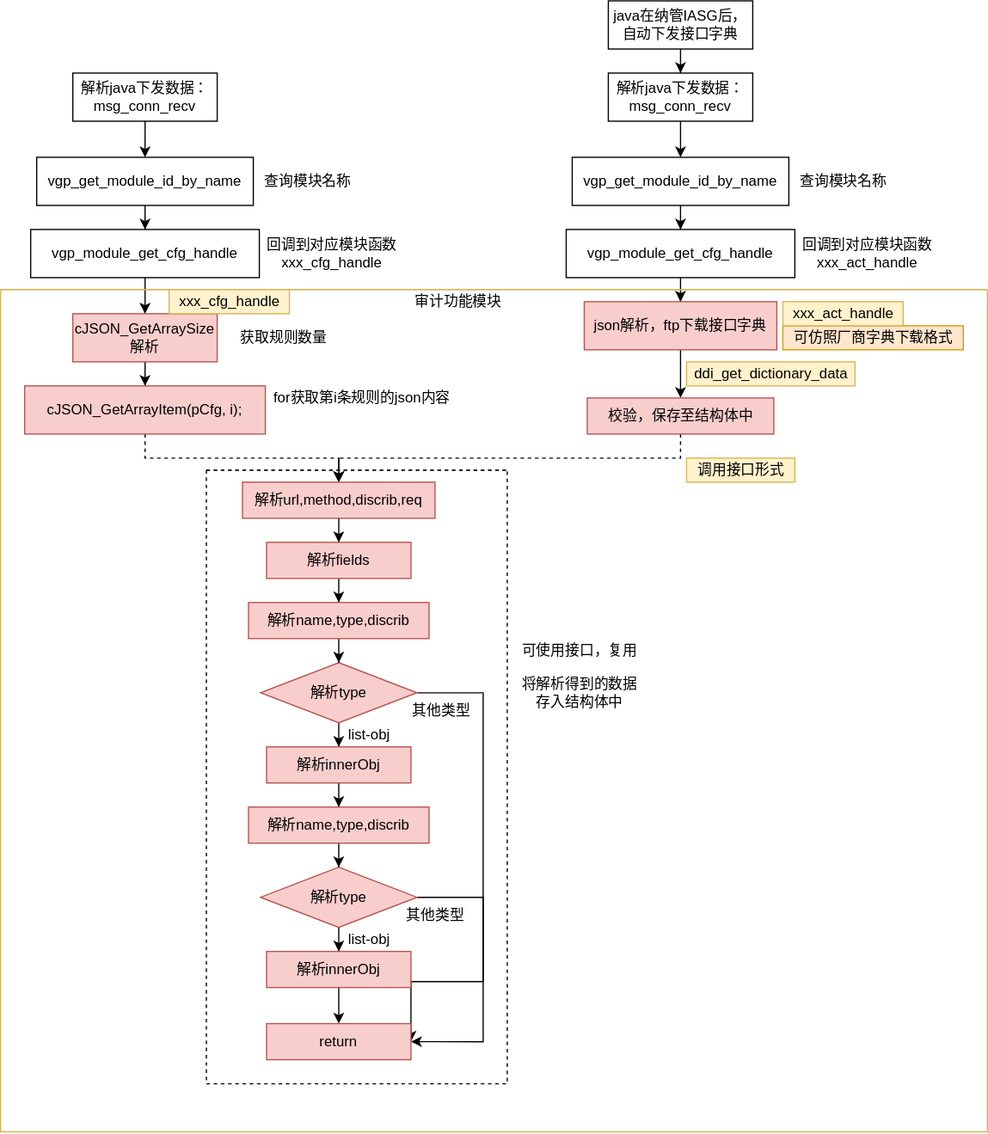
Above: aaa.svg in Archive-ch/Web_Demo (draw.io), before the change. Source tidied: cells renumbered, new cells last; positions are measured from the earlier drawing's top-left corner, leaving out a move shared by most shapes.
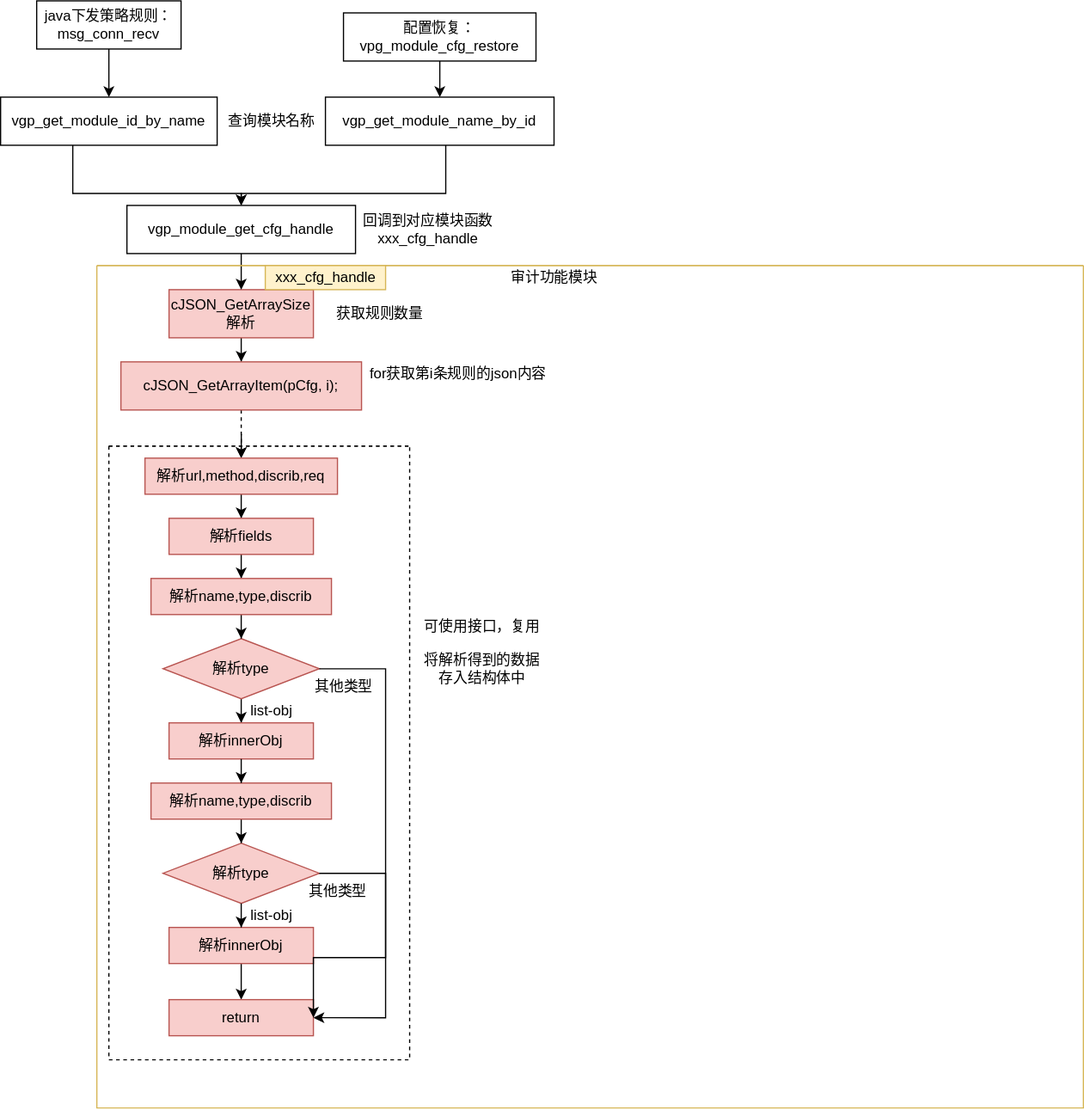
Later version of the same file.

The edit, as a diff of the source:
```diff
@@ -6,7 +6,7 @@
       <mxGeometry relative="1" as="geometry">
-        <mxPoint x="120" y="130" as="targetPoint" />
+        <mxPoint x="10" y="100" as="targetPoint" />
       </mxGeometry>
     </mxCell>
-    <mxCell id="3" value="解析java下发数据：msg_conn_recv" style="rounded=0;whiteSpace=wrap;html=1;" parent="1" vertex="1">
-      <mxGeometry x="60" y="60" width="120" height="40" as="geometry" />
+    <mxCell id="3" value="java下发策略规则：msg_conn_recv" style="rounded=0;whiteSpace=wrap;html=1;" parent="1" vertex="1">
+      <mxGeometry x="-50" y="20" width="120" height="40" as="geometry" />
     </mxCell>
@@ -23,2 +23,6 @@
         <mxPoint x="120" y="190" as="targetPoint" />
+        <Array as="points">
+          <mxPoint x="-20" y="180" />
+          <mxPoint x="120" y="180" />
+        </Array>
       </mxGeometry>
@@ -26,6 +30,6 @@
     <mxCell id="7" value="vgp_get_module_id_by_name" style="whiteSpace=wrap;html=1;" parent="1" vertex="1">
-      <mxGeometry x="30" y="130" width="180" height="40" as="geometry" />
+      <mxGeometry x="-80" y="100" width="180" height="40" as="geometry" />
     </mxCell>
     <mxCell id="8" value="查询模块名称" style="text;html=1;align=center;verticalAlign=middle;strokeColor=none;" parent="1" vertex="1">
-      <mxGeometry x="210" y="140" width="90" height="20" as="geometry" />
+      <mxGeometry x="100" y="110" width="90" height="20" as="geometry" />
     </mxCell>
@@ -45,8 +49,2 @@
     </mxCell>
-    <mxCell id="13" style="edgeStyle=orthogonalEdgeStyle;rounded=0;orthogonalLoop=1;jettySize=auto;html=1;" parent="1" edge="1">
-      <mxGeometry relative="1" as="geometry">
-        <mxPoint x="281.1" y="380" as="sourcePoint" />
-        <mxPoint x="281" y="400" as="targetPoint" />
-      </mxGeometry>
-    </mxCell>
     <mxCell id="14" style="edgeStyle=orthogonalEdgeStyle;rounded=0;jettySize=auto;html=1;entryX=0.5;entryY=0;entryDx=0;entryDy=0;dashed=1;" parent="1" edge="1" source="15" target="18">
@@ -60,171 +58,110 @@
     </mxCell>
+    <mxCell id="59" style="swimlane;startSize=0;fillColor=#fff2cc;strokeColor=#d6b656;" parent="1" vertex="1">
+      <mxGeometry y="240" width="820" height="700" as="geometry" />
+    </mxCell>
+    <mxCell id="60" value="审计功能模块" style="text;html=1;align=center;verticalAlign=middle;strokeColor=none;" parent="59" vertex="1">
+      <mxGeometry x="335" width="90" height="20" as="geometry" />
+    </mxCell>
+    <mxCell id="13" style="edgeStyle=orthogonalEdgeStyle;rounded=0;orthogonalLoop=1;jettySize=auto;html=1;" parent="59" edge="1">
+      <mxGeometry relative="1" as="geometry">
+        <mxPoint x="120.1" y="140" as="sourcePoint" />
+        <mxPoint x="120" y="160" as="targetPoint" />
+      </mxGeometry>
+    </mxCell>
-    <mxCell id="17" style="edgeStyle=orthogonalEdgeStyle;rounded=0;jettySize=auto;html=1;" parent="1" edge="1" source="18">
+    <mxCell id="17" style="edgeStyle=orthogonalEdgeStyle;rounded=0;jettySize=auto;html=1;" parent="59" edge="1" source="18">
       <mxGeometry relative="1" as="geometry">
-        <mxPoint x="281" y="450" as="targetPoint" />
+        <mxPoint x="120" y="210" as="targetPoint" />
       </mxGeometry>
     </mxCell>
-    <mxCell id="18" value="解析url,method,discrib,req" style="whiteSpace=wrap;html=1;fillColor=#f8cecc;strokeColor=#b85450;" parent="1" vertex="1">
-      <mxGeometry x="201" y="400" width="160" height="30" as="geometry" />
+    <mxCell id="18" value="解析url,method,discrib,req" style="whiteSpace=wrap;html=1;fillColor=#f8cecc;strokeColor=#b85450;" parent="59" vertex="1">
+      <mxGeometry x="40" y="160" width="160" height="30" as="geometry" />
     </mxCell>
-    <mxCell id="19" style="edgeStyle=orthogonalEdgeStyle;rounded=0;jettySize=auto;html=1;" parent="1" edge="1" source="20">
+    <mxCell id="19" style="edgeStyle=orthogonalEdgeStyle;rounded=0;jettySize=auto;html=1;" parent="59" edge="1" source="20">
       <mxGeometry relative="1" as="geometry">
-        <mxPoint x="281" y="500" as="targetPoint" />
+        <mxPoint x="120" y="260" as="targetPoint" />
       </mxGeometry>
     </mxCell>
-    <mxCell id="20" value="解析fields" style="whiteSpace=wrap;html=1;fillColor=#f8cecc;strokeColor=#b85450;" parent="1" vertex="1">
-      <mxGeometry x="221" y="450" width="120" height="30" as="geometry" />
+    <mxCell id="20" value="解析fields" style="whiteSpace=wrap;html=1;fillColor=#f8cecc;strokeColor=#b85450;" parent="59" vertex="1">
+      <mxGeometry x="60" y="210" width="120" height="30" as="geometry" />
     </mxCell>
-    <mxCell id="21" style="edgeStyle=orthogonalEdgeStyle;rounded=0;jettySize=auto;html=1;" parent="1" edge="1" source="23">
+    <mxCell id="21" style="edgeStyle=orthogonalEdgeStyle;rounded=0;jettySize=auto;html=1;" parent="59" edge="1" source="23">
       <mxGeometry relative="1" as="geometry">
-        <mxPoint x="281" y="620" as="targetPoint" />
+        <mxPoint x="120" y="380" as="targetPoint" />
       </mxGeometry>
     </mxCell>
-    <mxCell id="22" style="edgeStyle=orthogonalEdgeStyle;rounded=0;jettySize=auto;html=1;entryX=1;entryY=0.5;entryDx=0;entryDy=0;" parent="1" edge="1" source="23" target="35">
-      <mxGeometry relative="1" as="geometry">
-        <Array as="points">
-          <mxPoint x="401" y="575" />
-          <mxPoint x="401" y="815" />
-        </Array>
-      </mxGeometry>
-    </mxCell>
-    <mxCell id="23" value="解析type" style="rhombus;whiteSpace=wrap;html=1;fillColor=#f8cecc;strokeColor=#b85450;" parent="1" vertex="1">
-      <mxGeometry x="216" y="550" width="130" height="50" as="geometry" />
+    <mxCell id="23" value="解析type" style="rhombus;whiteSpace=wrap;html=1;fillColor=#f8cecc;strokeColor=#b85450;" parent="59" vertex="1">
+      <mxGeometry x="55" y="310" width="130" height="50" as="geometry" />
     </mxCell>
-    <mxCell id="24" style="edgeStyle=orthogonalEdgeStyle;rounded=0;jettySize=auto;html=1;" parent="1" edge="1" source="25" target="39">
-      <mxGeometry relative="1" as="geometry" />
-    </mxCell>
-    <mxCell id="25" value="解析innerObj" style="whiteSpace=wrap;html=1;fillColor=#f8cecc;strokeColor=#b85450;" parent="1" vertex="1">
-      <mxGeometry x="221" y="620" width="120" height="30" as="geometry" />
+    <mxCell id="25" value="解析innerObj" style="whiteSpace=wrap;html=1;fillColor=#f8cecc;strokeColor=#b85450;" parent="59" vertex="1">
+      <mxGeometry x="60" y="380" width="120" height="30" as="geometry" />
     </mxCell>
-    <mxCell id="26" style="edgeStyle=orthogonalEdgeStyle;rounded=0;jettySize=auto;html=1;entryX=0.5;entryY=0;entryDx=0;entryDy=0;" parent="1" edge="1" source="27" target="23">
+    <mxCell id="26" style="edgeStyle=orthogonalEdgeStyle;rounded=0;jettySize=auto;html=1;entryX=0.5;entryY=0;entryDx=0;entryDy=0;" parent="59" edge="1" source="27" target="23">
       <mxGeometry relative="1" as="geometry" />
     </mxCell>
-    <mxCell id="27" value="解析name,type,discrib" style="whiteSpace=wrap;html=1;fillColor=#f8cecc;strokeColor=#b85450;" parent="1" vertex="1">
-      <mxGeometry x="206" y="500" width="150" height="30" as="geometry" />
+    <mxCell id="27" value="解析name,type,discrib" style="whiteSpace=wrap;html=1;fillColor=#f8cecc;strokeColor=#b85450;" parent="59" vertex="1">
+      <mxGeometry x="45" y="260" width="150" height="30" as="geometry" />
     </mxCell>
-    <mxCell id="28" style="edgeStyle=orthogonalEdgeStyle;rounded=0;jettySize=auto;html=1;" parent="1" edge="1" source="30" target="33">
-      <mxGeometry relative="1" as="geometry" />
-    </mxCell>
-    <mxCell id="29" style="edgeStyle=orthogonalEdgeStyle;rounded=0;jettySize=auto;html=1;entryX=1;entryY=0.5;entryDx=0;entryDy=0;" parent="1" edge="1" source="30" target="35">
-      <mxGeometry relative="1" as="geometry">
-        <Array as="points">
-          <mxPoint x="401" y="745" />
-          <mxPoint x="401" y="865" />
-        </Array>
-      </mxGeometry>
-    </mxCell>
-    <mxCell id="30" value="解析type" style="rhombus;whiteSpace=wrap;html=1;fillColor=#f8cecc;strokeColor=#b85450;" parent="1" vertex="1">
-      <mxGeometry x="216" y="720" width="130" height="50" as="geometry" />
+    <mxCell id="30" value="解析type" style="rhombus;whiteSpace=wrap;html=1;fillColor=#f8cecc;strokeColor=#b85450;" parent="59" vertex="1">
+      <mxGeometry x="55" y="480" width="130" height="50" as="geometry" />
     </mxCell>
-    <mxCell id="31" value="list-obj" style="text;html=1;align=center;verticalAlign=middle;strokeColor=none;" parent="1" vertex="1">
-      <mxGeometry x="281" y="770" width="50" height="20" as="geometry" />
+    <mxCell id="31" value="list-obj" style="text;html=1;align=center;verticalAlign=middle;strokeColor=none;" parent="59" vertex="1">
+      <mxGeometry x="120" y="530" width="50" height="20" as="geometry" />
     </mxCell>
-    <mxCell id="32" style="edgeStyle=orthogonalEdgeStyle;rounded=0;jettySize=auto;html=1;" parent="1" edge="1" source="33">
+    <mxCell id="32" style="edgeStyle=orthogonalEdgeStyle;rounded=0;jettySize=auto;html=1;" parent="59" edge="1" source="33">
       <mxGeometry relative="1" as="geometry">
-        <mxPoint x="281" y="850" as="targetPoint" />
+        <mxPoint x="120" y="610" as="targetPoint" />
       </mxGeometry>
     </mxCell>
-    <mxCell id="33" value="解析innerObj" style="whiteSpace=wrap;html=1;fillColor=#f8cecc;strokeColor=#b85450;" parent="1" vertex="1">
-      <mxGeometry x="221" y="790" width="120" height="30" as="geometry" />
+    <mxCell id="33" value="解析innerObj" style="whiteSpace=wrap;html=1;fillColor=#f8cecc;strokeColor=#b85450;" parent="59" vertex="1">
+      <mxGeometry x="60" y="550" width="120" height="30" as="geometry" />
     </mxCell>
+    <mxCell id="28" style="edgeStyle=orthogonalEdgeStyle;rounded=0;jettySize=auto;html=1;" parent="59" edge="1" source="30" target="33">
+      <mxGeometry relative="1" as="geometry" />
+    </mxCell>
-    <mxCell id="34" value="list-obj" style="text;html=1;align=center;verticalAlign=middle;strokeColor=none;" parent="1" vertex="1">
-      <mxGeometry x="281" y="600" width="50" height="20" as="geometry" />
+    <mxCell id="34" value="list-obj" style="text;html=1;align=center;verticalAlign=middle;strokeColor=none;" parent="59" vertex="1">
+      <mxGeometry x="120" y="360" width="50" height="20" as="geometry" />
     </mxCell>
-    <mxCell id="35" value="return" style="whiteSpace=wrap;html=1;fillColor=#f8cecc;strokeColor=#b85450;" parent="1" vertex="1">
-      <mxGeometry x="221" y="850" width="120" height="30" as="geometry" />
+    <mxCell id="35" value="return" style="whiteSpace=wrap;html=1;fillColor=#f8cecc;strokeColor=#b85450;" parent="59" vertex="1">
+      <mxGeometry x="60" y="610" width="120" height="30" as="geometry" />
     </mxCell>
+    <mxCell id="22" style="edgeStyle=orthogonalEdgeStyle;rounded=0;jettySize=auto;html=1;entryX=1;entryY=0.5;entryDx=0;entryDy=0;" parent="59" edge="1" source="23" target="35">
+      <mxGeometry relative="1" as="geometry">
+        <Array as="points">
+          <mxPoint x="240" y="335" />
+          <mxPoint x="240" y="575" />
+        </Array>
+      </mxGeometry>
+    </mxCell>
+    <mxCell id="29" style="edgeStyle=orthogonalEdgeStyle;rounded=0;jettySize=auto;html=1;entryX=1;entryY=0.5;entryDx=0;entryDy=0;" parent="59" edge="1" source="30" target="35">
+      <mxGeometry relative="1" as="geometry">
+        <Array as="points">
+          <mxPoint x="240" y="505" />
+          <mxPoint x="240" y="625" />
+        </Array>
+      </mxGeometry>
+    </mxCell>
-    <mxCell id="36" value="其他类型" style="text;html=1;align=center;verticalAlign=middle;strokeColor=none;" parent="1" vertex="1">
-      <mxGeometry x="336" y="580" width="60" height="20" as="geometry" />
+    <mxCell id="36" value="其他类型" style="text;html=1;align=center;verticalAlign=middle;strokeColor=none;" parent="59" vertex="1">
+      <mxGeometry x="175" y="340" width="60" height="20" as="geometry" />
     </mxCell>
-    <mxCell id="37" value="其他类型" style="text;html=1;align=center;verticalAlign=middle;strokeColor=none;" parent="1" vertex="1">
-      <mxGeometry x="331" y="750" width="60" height="20" as="geometry" />
+    <mxCell id="37" value="其他类型" style="text;html=1;align=center;verticalAlign=middle;strokeColor=none;" parent="59" vertex="1">
+      <mxGeometry x="170" y="510" width="60" height="20" as="geometry" />
     </mxCell>
-    <mxCell id="38" style="edgeStyle=orthogonalEdgeStyle;rounded=0;jettySize=auto;html=1;entryX=0.5;entryY=0;entryDx=0;entryDy=0;" parent="1" edge="1" source="39" target="30">
+    <mxCell id="38" style="edgeStyle=orthogonalEdgeStyle;rounded=0;jettySize=auto;html=1;entryX=0.5;entryY=0;entryDx=0;entryDy=0;" parent="59" edge="1" source="39" target="30">
       <mxGeometry relative="1" as="geometry" />
     </mxCell>
-    <mxCell id="39" value="解析name,type,discrib" style="whiteSpace=wrap;html=1;fillColor=#f8cecc;strokeColor=#b85450;" parent="1" vertex="1">
-      <mxGeometry x="206" y="670" width="150" height="30" as="geometry" />
+    <mxCell id="39" value="解析name,type,discrib" style="whiteSpace=wrap;html=1;fillColor=#f8cecc;strokeColor=#b85450;" parent="59" vertex="1">
+      <mxGeometry x="45" y="430" width="150" height="30" as="geometry" />
     </mxCell>
+    <mxCell id="24" style="edgeStyle=orthogonalEdgeStyle;rounded=0;jettySize=auto;html=1;" parent="59" edge="1" source="25" target="39">
+      <mxGeometry relative="1" as="geometry" />
+    </mxCell>
-    <mxCell id="40" style="swimlane;startSize=0;dashed=1;" parent="1" vertex="1">
-      <mxGeometry x="171" y="390" width="250" height="510" as="geometry" />
+    <mxCell id="40" style="swimlane;startSize=0;dashed=1;" parent="59" vertex="1">
+      <mxGeometry x="10" y="150" width="250" height="510" as="geometry" />
     </mxCell>
-    <mxCell id="41" value="可使用接口，复用" style="text;html=1;align=center;verticalAlign=middle;strokeColor=none;" parent="1" vertex="1">
-      <mxGeometry x="426" y="530" width="110" height="20" as="geometry" />
+    <mxCell id="41" value="可使用接口，复用" style="text;html=1;align=center;verticalAlign=middle;strokeColor=none;" parent="59" vertex="1">
+      <mxGeometry x="265" y="290" width="110" height="20" as="geometry" />
     </mxCell>
-    <mxCell id="42" value="将解析得到的数据&lt;br&gt;存入结构体中" style="text;html=1;align=center;verticalAlign=middle;strokeColor=none;" parent="1" vertex="1">
-      <mxGeometry x="426" y="560" width="110" height="30" as="geometry" />
+    <mxCell id="42" value="将解析得到的数据&lt;br&gt;存入结构体中" style="text;html=1;align=center;verticalAlign=middle;strokeColor=none;" parent="59" vertex="1">
+      <mxGeometry x="265" y="320" width="110" height="30" as="geometry" />
     </mxCell>
-    <mxCell id="43" style="edgeStyle=orthogonalEdgeStyle;rounded=0;jettySize=auto;html=1;" parent="1" edge="1" source="44">
-      <mxGeometry relative="1" as="geometry">
-        <mxPoint x="565" y="60" as="targetPoint" />
-      </mxGeometry>
-    </mxCell>
-    <mxCell id="44" value="java在纳管IASG后，自动下发接口字典" style="rounded=0;whiteSpace=wrap;html=1;" parent="1" vertex="1">
-      <mxGeometry x="505" width="120" height="40" as="geometry" />
-    </mxCell>
-    <mxCell id="45" style="edgeStyle=orthogonalEdgeStyle;rounded=0;jettySize=auto;html=1;" parent="1" edge="1" source="46">
-      <mxGeometry relative="1" as="geometry">
-        <mxPoint x="565" y="130" as="targetPoint" />
-      </mxGeometry>
-    </mxCell>
-    <mxCell id="46" value="解析java下发数据：msg_conn_recv" style="rounded=0;whiteSpace=wrap;html=1;" parent="1" vertex="1">
-      <mxGeometry x="505" y="60" width="120" height="40" as="geometry" />
-    </mxCell>
-    <mxCell id="47" style="edgeStyle=orthogonalEdgeStyle;rounded=0;jettySize=auto;html=1;" parent="1" edge="1" source="48">
-      <mxGeometry relative="1" as="geometry">
-        <mxPoint x="565" y="190" as="targetPoint" />
-      </mxGeometry>
-    </mxCell>
-    <mxCell id="48" value="vgp_get_module_id_by_name" style="whiteSpace=wrap;html=1;" parent="1" vertex="1">
-      <mxGeometry x="475" y="130" width="180" height="40" as="geometry" />
-    </mxCell>
-    <mxCell id="49" value="查询模块名称" style="text;html=1;align=center;verticalAlign=middle;strokeColor=none;" parent="1" vertex="1">
-      <mxGeometry x="655" y="140" width="90" height="20" as="geometry" />
-    </mxCell>
-    <mxCell id="50" style="edgeStyle=orthogonalEdgeStyle;rounded=0;jettySize=auto;html=1;" parent="1" edge="1" source="51">
-      <mxGeometry relative="1" as="geometry">
-        <mxPoint x="565" y="250" as="targetPoint" />
-      </mxGeometry>
-    </mxCell>
-    <mxCell id="51" value="vgp_module_get_cfg_handle" style="whiteSpace=wrap;html=1;" parent="1" vertex="1">
-      <mxGeometry x="470" y="190" width="190" height="40" as="geometry" />
-    </mxCell>
-    <mxCell id="52" value="回调到对应模块函数&lt;br&gt;xxx_act_handle" style="text;html=1;align=center;verticalAlign=middle;strokeColor=none;" parent="1" vertex="1">
-      <mxGeometry x="660" y="195" width="120" height="30" as="geometry" />
-    </mxCell>
-    <mxCell id="53" style="edgeStyle=orthogonalEdgeStyle;rounded=0;jettySize=auto;html=1;entryX=0.5;entryY=0;entryDx=0;entryDy=0;" parent="1" edge="1" source="54" target="56">
-      <mxGeometry relative="1" as="geometry" />
-    </mxCell>
-    <mxCell id="54" value="json解析，ftp下载接口字典" style="whiteSpace=wrap;html=1;fillColor=#f8cecc;strokeColor=#b85450;" parent="1" vertex="1">
-      <mxGeometry x="485" y="250" width="160" height="40" as="geometry" />
-    </mxCell>
-    <mxCell id="55" style="edgeStyle=orthogonalEdgeStyle;rounded=0;jettySize=auto;html=1;dashed=1;" parent="1" edge="1" source="56" target="18">
-      <mxGeometry relative="1" as="geometry">
-        <Array as="points">
-          <mxPoint x="565" y="380" />
-          <mxPoint x="281" y="380" />
-        </Array>
-      </mxGeometry>
-    </mxCell>
-    <mxCell id="56" value="校验，保存至结构体中" style="whiteSpace=wrap;html=1;fillColor=#f8cecc;strokeColor=#b85450;" parent="1" vertex="1">
-      <mxGeometry x="487.5" y="330" width="155" height="30" as="geometry" />
-    </mxCell>
-    <mxCell id="57" value="ddi_get_dictionary_data" style="text;html=1;align=center;verticalAlign=middle;strokeColor=#d6b656;fillColor=#fff2cc;" parent="1" vertex="1">
-      <mxGeometry x="570" y="300" width="140" height="20" as="geometry" />
-    </mxCell>
-    <mxCell id="58" value="调用接口形式" style="text;html=1;align=center;verticalAlign=middle;strokeColor=#d6b656;fillColor=#fff2cc;" parent="1" vertex="1">
-      <mxGeometry x="570" y="380" width="90" height="20" as="geometry" />
-    </mxCell>
-    <mxCell id="59" style="swimlane;startSize=0;fillColor=#fff2cc;strokeColor=#d6b656;" parent="1" vertex="1">
-      <mxGeometry y="240" width="820" height="700" as="geometry" />
-    </mxCell>
-    <mxCell id="60" value="审计功能模块" style="text;html=1;align=center;verticalAlign=middle;strokeColor=none;" parent="59" vertex="1">
-      <mxGeometry x="335" width="90" height="20" as="geometry" />
-    </mxCell>
-    <mxCell id="61" value="可仿照厂商字典下载格式" style="text;html=1;align=center;verticalAlign=middle;strokeColor=#d79b00;fillColor=#ffe6cc;" parent="59" vertex="1">
-      <mxGeometry x="650" y="30" width="150" height="20" as="geometry" />
-    </mxCell>
-    <mxCell id="62" value="xxx_act_handle" style="text;html=1;align=center;verticalAlign=middle;strokeColor=#d6b656;fillColor=#fff2cc;" parent="59" vertex="1">
-      <mxGeometry x="650" y="10" width="100" height="20" as="geometry" />
-    </mxCell>
     <mxCell id="63" value="xxx_cfg_handle" style="text;html=1;align=center;verticalAlign=middle;strokeColor=#d6b656;fillColor=#fff2cc;" parent="1" vertex="1">
@@ -232,2 +169,19 @@
     </mxCell>
+    <mxCell id="64" style="edgeStyle=orthogonalEdgeStyle;rounded=0;jettySize=auto;html=1;" parent="1" edge="1" source="65" target="67">
+      <mxGeometry relative="1" as="geometry" />
+    </mxCell>
+    <mxCell id="65" value="配置恢复：&lt;br&gt;vpg_module_cfg_restore" style="whiteSpace=wrap;html=1;" parent="1" vertex="1">
+      <mxGeometry x="205" y="30" width="160" height="40" as="geometry" />
+    </mxCell>
+    <mxCell id="66" style="edgeStyle=orthogonalEdgeStyle;rounded=0;jettySize=auto;html=1;" parent="1" edge="1" source="67" target="10">
+      <mxGeometry relative="1" as="geometry">
+        <Array as="points">
+          <mxPoint x="290" y="180" />
+          <mxPoint x="120" y="180" />
+        </Array>
+      </mxGeometry>
+    </mxCell>
+    <mxCell id="67" value="vgp_get_module_name_by_id" style="whiteSpace=wrap;html=1;" parent="1" vertex="1">
+      <mxGeometry x="190" y="100" width="190" height="40" as="geometry" />
+    </mxCell>
   </root>
```
